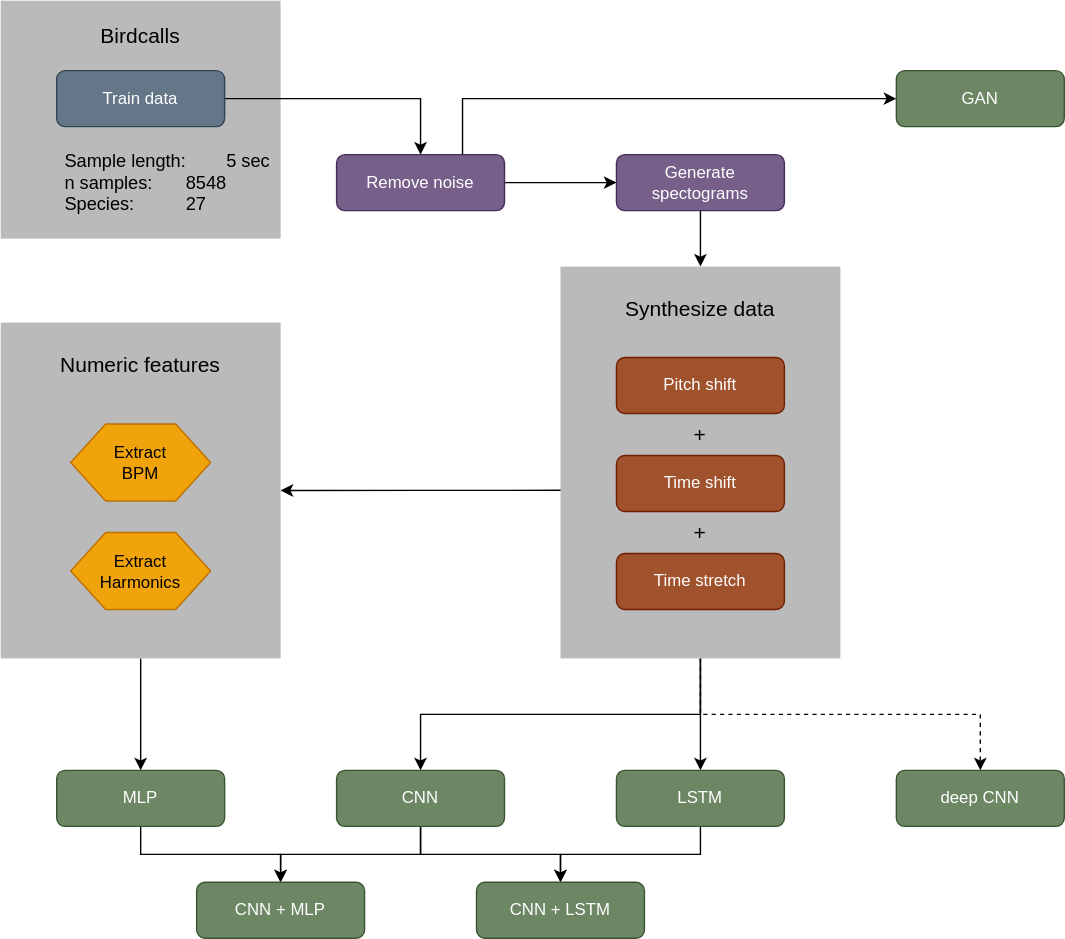
The draw.io diagram figures/Flowchart.svg in gaardhus/final_exam, before a commit. Source tidied: cells renumbered, new cells last; positions are measured from the earlier drawing's top-left corner, leaving out a move shared by most shapes.
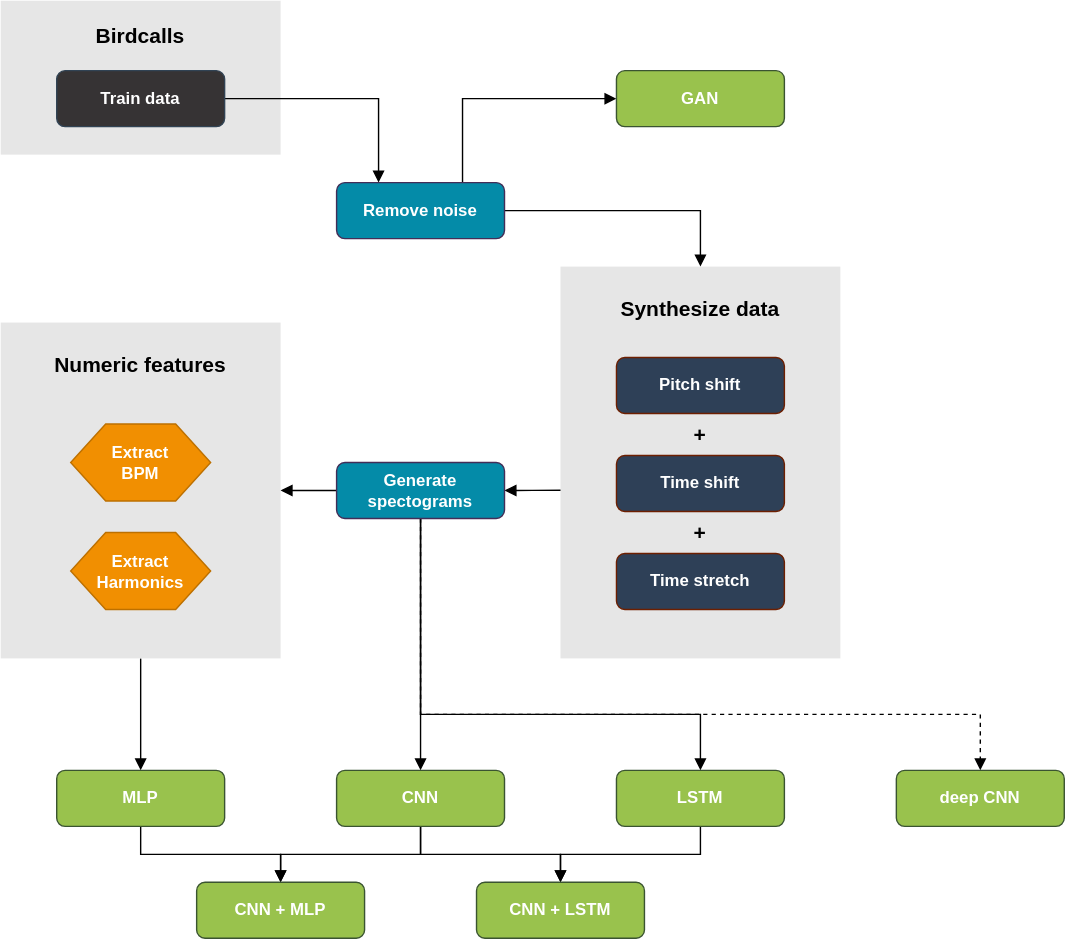
After the change.

What changed in the source:
```diff
@@ -2,109 +2,116 @@
   <root>
     <mxCell id="0" />
     <mxCell id="1" parent="0" />
-    <mxCell id="2" style="edgeStyle=orthogonalEdgeStyle;rounded=0;jettySize=auto;html=1;exitX=0.5;exitY=1;exitDx=0;exitDy=0;entryX=0.5;entryY=0;entryDx=0;entryDy=0;fontSize=13;strokeColor=#000000;" parent="1" edge="1" source="3" target="30">
+    <mxCell id="2" style="edgeStyle=orthogonalEdgeStyle;rounded=0;jettySize=auto;html=1;exitX=0.5;exitY=1;exitDx=0;exitDy=0;entryX=0.5;entryY=0;entryDx=0;entryDy=0;fontSize=13;strokeColor=#000000;endArrow=block;endFill=1;strokeWidth=1;" parent="1" edge="1" source="3" target="30">
       <mxGeometry relative="1" as="geometry" />
     </mxCell>
-    <mxCell id="3" value="Numeric features" style="text;whiteSpace=wrap;html=1;fillColor=#BABABA;align=center;fontSize=15;horizontal=1;spacingTop=15;" parent="1" vertex="1">
+    <mxCell id="3" value="&lt;b&gt;Numeric features&lt;/b&gt;" style="text;whiteSpace=wrap;html=1;align=center;fontSize=15;horizontal=1;spacingTop=15;fillColor=#E6E6E6;" parent="1" vertex="1">
       <mxGeometry y="230" width="200" height="240" as="geometry" />
     </mxCell>
-    <mxCell id="4" value="Birdcalls" style="text;whiteSpace=wrap;html=1;fillColor=#BABABA;align=center;fontSize=15;horizontal=1;spacingTop=10;" parent="1" vertex="1">
-      <mxGeometry width="200" height="170" as="geometry" />
+    <mxCell id="4" value="&lt;b&gt;Birdcalls&lt;/b&gt;" style="text;whiteSpace=wrap;html=1;align=center;fontSize=15;horizontal=1;spacingTop=10;fillColor=#E6E6E6;" parent="1" vertex="1">
+      <mxGeometry width="200" height="110" as="geometry" />
     </mxCell>
-    <mxCell id="5" style="edgeStyle=orthogonalEdgeStyle;rounded=0;jettySize=auto;html=1;fontSize=15;entryX=1;entryY=0.5;entryDx=0;entryDy=0;exitX=0.006;exitY=0.571;exitDx=0;exitDy=0;exitPerimeter=0;" parent="1" edge="1" source="9" target="3">
+    <mxCell id="5" style="edgeStyle=orthogonalEdgeStyle;rounded=0;jettySize=auto;html=1;fontSize=15;entryX=1;entryY=0.5;entryDx=0;entryDy=0;exitX=0.006;exitY=0.571;exitDx=0;exitDy=0;exitPerimeter=0;endArrow=block;endFill=1;strokeWidth=1;" parent="1" edge="1" source="9" target="20">
       <mxGeometry relative="1" as="geometry" />
     </mxCell>
-    <mxCell id="6" style="edgeStyle=orthogonalEdgeStyle;rounded=0;jettySize=auto;html=1;exitX=0.5;exitY=1;exitDx=0;exitDy=0;entryX=0.5;entryY=0;entryDx=0;entryDy=0;fontSize=13;strokeColor=#000000;" parent="1" edge="1" source="9" target="26">
+    <mxCell id="6" style="edgeStyle=orthogonalEdgeStyle;rounded=0;jettySize=auto;html=1;exitX=0.5;exitY=1;exitDx=0;exitDy=0;entryX=0.5;entryY=0;entryDx=0;entryDy=0;fontSize=13;strokeColor=#000000;endArrow=block;endFill=1;strokeWidth=1;" parent="1" edge="1" source="20" target="26">
       <mxGeometry relative="1" as="geometry" />
     </mxCell>
-    <mxCell id="7" style="edgeStyle=orthogonalEdgeStyle;rounded=0;jettySize=auto;html=1;exitX=0.5;exitY=1;exitDx=0;exitDy=0;entryX=0.5;entryY=0;entryDx=0;entryDy=0;fontSize=13;strokeColor=#000000;" parent="1" edge="1" source="9" target="28">
-      <mxGeometry relative="1" as="geometry" />
+    <mxCell id="7" style="edgeStyle=orthogonalEdgeStyle;rounded=0;jettySize=auto;html=1;exitX=0.5;exitY=1;exitDx=0;exitDy=0;entryX=0.5;entryY=0;entryDx=0;entryDy=0;fontSize=13;strokeColor=#000000;endArrow=block;endFill=1;strokeWidth=1;" parent="1" edge="1" source="20" target="28">
+      <mxGeometry relative="1" as="geometry">
+        <Array as="points">
+          <mxPoint x="300" y="510" />
+          <mxPoint x="500" y="510" />
+        </Array>
+      </mxGeometry>
     </mxCell>
-    <mxCell id="8" style="edgeStyle=orthogonalEdgeStyle;rounded=0;jettySize=auto;html=1;exitX=0.5;exitY=1;exitDx=0;exitDy=0;fontSize=13;strokeColor=#000000;dashed=1;" parent="1" edge="1" source="9" target="32">
-      <mxGeometry relative="1" as="geometry" />
+    <mxCell id="8" style="edgeStyle=orthogonalEdgeStyle;rounded=0;jettySize=auto;html=1;exitX=0.5;exitY=1;exitDx=0;exitDy=0;fontSize=13;strokeColor=#000000;dashed=1;endArrow=block;endFill=1;strokeWidth=1;" parent="1" edge="1" source="20" target="32">
+      <mxGeometry relative="1" as="geometry">
+        <Array as="points">
+          <mxPoint x="300" y="510" />
+          <mxPoint x="700" y="510" />
+        </Array>
+      </mxGeometry>
     </mxCell>
-    <mxCell id="9" value="Synthesize data" style="text;whiteSpace=wrap;html=1;fillColor=#BABABA;align=center;fontSize=15;horizontal=1;spacingTop=15;" parent="1" vertex="1">
+    <mxCell id="9" value="&lt;b&gt;Synthesize data&lt;/b&gt;" style="text;whiteSpace=wrap;html=1;align=center;fontSize=15;horizontal=1;spacingTop=15;fillColor=#E6E6E6;" parent="1" vertex="1">
       <mxGeometry x="400" y="190" width="200" height="280" as="geometry" />
     </mxCell>
-    <mxCell id="10" style="edgeStyle=orthogonalEdgeStyle;rounded=0;jettySize=auto;html=1;" parent="1" edge="1" source="11" target="18">
+    <mxCell id="10" style="edgeStyle=orthogonalEdgeStyle;rounded=0;jettySize=auto;html=1;entryX=0.25;entryY=0;entryDx=0;entryDy=0;endArrow=block;endFill=1;strokeWidth=1;" parent="1" edge="1" source="11" target="18">
       <mxGeometry relative="1" as="geometry" />
     </mxCell>
-    <mxCell id="11" value="&lt;div&gt;Train data&lt;br&gt;&lt;/div&gt;" style="rounded=1;whiteSpace=wrap;html=1;fontSize=12;glass=0;strokeWidth=1;shadow=0;fillColor=#647687;strokeColor=#314354;fontColor=#ffffff;" parent="1" vertex="1">
+    <mxCell id="11" value="&lt;div&gt;&lt;b&gt;Train data&lt;/b&gt;&lt;br&gt;&lt;/div&gt;" style="rounded=1;whiteSpace=wrap;html=1;fontSize=12;glass=0;strokeWidth=1;shadow=0;strokeColor=#314354;fontColor=#ffffff;fillColor=#363334;" parent="1" vertex="1">
       <mxGeometry x="40" y="50" width="120" height="40" as="geometry" />
     </mxCell>
-    <mxCell id="12" value="Pitch shift" style="rounded=1;whiteSpace=wrap;html=1;fontSize=12;glass=0;strokeWidth=1;shadow=0;fillColor=#a0522d;strokeColor=#6D1F00;fontColor=#ffffff;" parent="1" vertex="1">
+    <mxCell id="12" value="&lt;b&gt;Pitch shift&lt;/b&gt;" style="rounded=1;whiteSpace=wrap;html=1;fontSize=12;glass=0;strokeWidth=1;shadow=0;strokeColor=#6D1F00;fontColor=#ffffff;fillColor=#2E4057;" parent="1" vertex="1">
       <mxGeometry x="440" y="255" width="120" height="40" as="geometry" />
     </mxCell>
-    <mxCell id="13" value="Time shift" style="rounded=1;whiteSpace=wrap;html=1;fontSize=12;glass=0;strokeWidth=1;shadow=0;fillColor=#a0522d;strokeColor=#6D1F00;fontColor=#ffffff;" parent="1" vertex="1">
+    <mxCell id="13" value="&lt;b&gt;Time shift&lt;/b&gt;" style="rounded=1;whiteSpace=wrap;html=1;fontSize=12;glass=0;strokeWidth=1;shadow=0;strokeColor=#6D1F00;fontColor=#ffffff;fillColor=#2E4057;" parent="1" vertex="1">
       <mxGeometry x="440" y="325" width="120" height="40" as="geometry" />
     </mxCell>
-    <mxCell id="14" value="Time stretch" style="rounded=1;whiteSpace=wrap;html=1;fontSize=12;glass=0;strokeWidth=1;shadow=0;fillColor=#a0522d;strokeColor=#6D1F00;fontColor=#ffffff;" parent="1" vertex="1">
+    <mxCell id="14" value="&lt;b&gt;Time stretch&lt;/b&gt;" style="rounded=1;whiteSpace=wrap;html=1;fontSize=12;glass=0;strokeWidth=1;shadow=0;strokeColor=#6D1F00;fontColor=#ffffff;fillColor=#2E4057;" parent="1" vertex="1">
       <mxGeometry x="440" y="395" width="120" height="40" as="geometry" />
     </mxCell>
-    <mxCell id="15" value="&lt;div&gt;Extract &lt;br&gt;&lt;/div&gt;&lt;div&gt;BPM&lt;/div&gt;" style="shape=hexagon;whiteSpace=wrap;html=1;fontSize=12;glass=0;strokeWidth=1;shadow=0;fillColor=#f0a30a;strokeColor=#BD7000;fontColor=#000000;" parent="1" vertex="1">
+    <mxCell id="15" value="&lt;div&gt;&lt;font color=&quot;#FFFFFF&quot;&gt;&lt;b&gt;Extract &lt;br&gt;&lt;/b&gt;&lt;/font&gt;&lt;/div&gt;&lt;div&gt;&lt;font color=&quot;#FFFFFF&quot;&gt;&lt;b&gt;BPM&lt;/b&gt;&lt;/font&gt;&lt;/div&gt;" style="shape=hexagon;whiteSpace=wrap;html=1;fontSize=12;glass=0;strokeWidth=1;shadow=0;strokeColor=#BD7000;fontColor=#000000;fillColor=#F18F01;" parent="1" vertex="1">
       <mxGeometry x="50" y="302.5" width="100" height="55" as="geometry" />
     </mxCell>
-    <mxCell id="16" style="edgeStyle=orthogonalEdgeStyle;rounded=0;jettySize=auto;html=1;" parent="1" edge="1" source="18" target="20">
-      <mxGeometry relative="1" as="geometry" />
-    </mxCell>
-    <mxCell id="17" style="edgeStyle=orthogonalEdgeStyle;rounded=0;jettySize=auto;html=1;exitX=0.75;exitY=0;exitDx=0;exitDy=0;entryX=0;entryY=0.5;entryDx=0;entryDy=0;fontSize=13;strokeColor=#000000;" parent="1" edge="1" source="18" target="31">
+    <mxCell id="17" style="edgeStyle=orthogonalEdgeStyle;rounded=0;jettySize=auto;html=1;exitX=0.75;exitY=0;exitDx=0;exitDy=0;entryX=0;entryY=0.5;entryDx=0;entryDy=0;fontSize=13;strokeColor=#000000;endArrow=block;endFill=1;strokeWidth=1;" parent="1" edge="1" source="18" target="31">
       <mxGeometry relative="1" as="geometry" />
     </mxCell>
+    <mxCell id="36" style="edgeStyle=orthogonalEdgeStyle;rounded=0;jettySize=auto;html=1;exitX=1;exitY=0.5;exitDx=0;exitDy=0;entryX=0.5;entryY=0;entryDx=0;entryDy=0;endArrow=block;endFill=1;strokeWidth=1;" parent="1" edge="1" source="18" target="9">
+      <mxGeometry relative="1" as="geometry" />
+    </mxCell>
-    <mxCell id="18" value="&lt;div&gt;Remove noise&lt;/div&gt;" style="rounded=1;whiteSpace=wrap;html=1;fontSize=12;glass=0;strokeWidth=1;shadow=0;fillColor=#76608a;strokeColor=#432D57;fontColor=#ffffff;" parent="1" vertex="1">
-      <mxGeometry x="240" y="110" width="120" height="40" as="geometry" />
+    <mxCell id="18" value="&lt;div&gt;&lt;b&gt;Remove noise&lt;/b&gt;&lt;/div&gt;" style="rounded=1;whiteSpace=wrap;html=1;fontSize=12;glass=0;strokeWidth=1;shadow=0;strokeColor=#432D57;fontColor=#ffffff;fillColor=#048BA8;" parent="1" vertex="1">
+      <mxGeometry x="240" y="130" width="120" height="40" as="geometry" />
     </mxCell>
-    <mxCell id="19" style="edgeStyle=orthogonalEdgeStyle;rounded=0;jettySize=auto;html=1;fontSize=15;entryX=0.5;entryY=0;entryDx=0;entryDy=0;" parent="1" edge="1" source="20" target="9">
-      <mxGeometry relative="1" as="geometry" />
-    </mxCell>
-    <mxCell id="20" value="Generate spectograms" style="rounded=1;whiteSpace=wrap;html=1;fontSize=12;glass=0;strokeWidth=1;shadow=0;fillColor=#76608a;strokeColor=#432D57;fontColor=#ffffff;" parent="1" vertex="1">
-      <mxGeometry x="440" y="110" width="120" height="40" as="geometry" />
-    </mxCell>
-    <mxCell id="21" value="+" style="text;html=1;strokeColor=none;fillColor=none;align=center;verticalAlign=middle;whiteSpace=wrap;rounded=0;fontSize=15;" parent="1" vertex="1">
+    <mxCell id="21" value="&lt;b&gt;+&lt;/b&gt;" style="text;html=1;strokeColor=none;fillColor=none;align=center;verticalAlign=middle;whiteSpace=wrap;rounded=0;fontSize=15;" parent="1" vertex="1">
       <mxGeometry x="480" y="295" width="40" height="30" as="geometry" />
     </mxCell>
-    <mxCell id="22" value="+" style="text;html=1;strokeColor=none;fillColor=none;align=center;verticalAlign=middle;whiteSpace=wrap;rounded=0;fontSize=15;" parent="1" vertex="1">
+    <mxCell id="22" value="&lt;b&gt;+&lt;/b&gt;" style="text;html=1;strokeColor=none;fillColor=none;align=center;verticalAlign=middle;whiteSpace=wrap;rounded=0;fontSize=15;" parent="1" vertex="1">
       <mxGeometry x="480" y="365" width="40" height="30" as="geometry" />
     </mxCell>
-    <mxCell id="23" value="&lt;div style=&quot;font-size: 13px&quot;&gt;&lt;font style=&quot;font-size: 13px&quot;&gt;Sample length:&lt;span style=&quot;font-size: 13px&quot;&gt; &lt;span style=&quot;white-space: pre&quot;&gt;&#9;&lt;/span&gt;&lt;/span&gt;5 sec&lt;/font&gt;&lt;/div&gt;&lt;div style=&quot;font-size: 13px&quot;&gt;&lt;font style=&quot;font-size: 13px&quot;&gt;n samples: &lt;span style=&quot;white-space: pre&quot;&gt;&#9;&lt;/span&gt;&lt;span style=&quot;white-space: pre&quot;&gt;&lt;/span&gt;8548&lt;/font&gt;&lt;/div&gt;&lt;div style=&quot;font-size: 13px&quot;&gt;&lt;font style=&quot;font-size: 13px&quot;&gt;Species:&lt;span style=&quot;white-space: pre&quot;&gt;&#9;&lt;/span&gt;&lt;span style=&quot;white-space: pre&quot;&gt;&#9;&lt;/span&gt;27&lt;br style=&quot;font-size: 13px&quot;&gt;&lt;/font&gt;&lt;/div&gt;" style="text;html=1;strokeColor=none;fillColor=none;align=left;verticalAlign=top;whiteSpace=wrap;rounded=0;fontSize=13;spacingLeft=4;" parent="1" vertex="1">
-      <mxGeometry x="40" y="100" width="160" height="70" as="geometry" />
-    </mxCell>
-    <mxCell id="24" style="edgeStyle=orthogonalEdgeStyle;rounded=0;jettySize=auto;html=1;exitX=0.5;exitY=1;exitDx=0;exitDy=0;entryX=0.5;entryY=0;entryDx=0;entryDy=0;fontSize=13;strokeColor=#000000;" parent="1" edge="1" source="26" target="34">
+    <mxCell id="24" style="edgeStyle=orthogonalEdgeStyle;rounded=0;jettySize=auto;html=1;exitX=0.5;exitY=1;exitDx=0;exitDy=0;entryX=0.5;entryY=0;entryDx=0;entryDy=0;fontSize=13;strokeColor=#000000;endArrow=block;endFill=1;strokeWidth=1;" parent="1" edge="1" source="26" target="34">
       <mxGeometry relative="1" as="geometry" />
     </mxCell>
-    <mxCell id="25" style="edgeStyle=orthogonalEdgeStyle;rounded=0;jettySize=auto;html=1;exitX=0.5;exitY=1;exitDx=0;exitDy=0;entryX=0.5;entryY=0;entryDx=0;entryDy=0;fontSize=13;strokeColor=#000000;" parent="1" edge="1" source="26" target="35">
+    <mxCell id="25" style="edgeStyle=orthogonalEdgeStyle;rounded=0;jettySize=auto;html=1;exitX=0.5;exitY=1;exitDx=0;exitDy=0;entryX=0.5;entryY=0;entryDx=0;entryDy=0;fontSize=13;strokeColor=#000000;endArrow=block;endFill=1;strokeWidth=1;" parent="1" edge="1" source="26" target="35">
       <mxGeometry relative="1" as="geometry" />
     </mxCell>
-    <mxCell id="26" value="CNN" style="rounded=1;whiteSpace=wrap;html=1;fontSize=12;glass=0;strokeWidth=1;shadow=0;fillColor=#6d8764;strokeColor=#3A5431;fontColor=#ffffff;" parent="1" vertex="1">
+    <mxCell id="26" value="&lt;b&gt;CNN&lt;/b&gt;" style="rounded=1;whiteSpace=wrap;html=1;fontSize=12;glass=0;strokeWidth=1;shadow=0;strokeColor=#3A5431;fontColor=#ffffff;fillColor=#99C24D;" parent="1" vertex="1">
       <mxGeometry x="240" y="550" width="120" height="40" as="geometry" />
     </mxCell>
-    <mxCell id="27" style="edgeStyle=orthogonalEdgeStyle;rounded=0;jettySize=auto;html=1;exitX=0.5;exitY=1;exitDx=0;exitDy=0;entryX=0.5;entryY=0;entryDx=0;entryDy=0;fontSize=13;strokeColor=#000000;" parent="1" edge="1" source="28" target="35">
+    <mxCell id="27" style="edgeStyle=orthogonalEdgeStyle;rounded=0;jettySize=auto;html=1;exitX=0.5;exitY=1;exitDx=0;exitDy=0;entryX=0.5;entryY=0;entryDx=0;entryDy=0;fontSize=13;strokeColor=#000000;endArrow=block;endFill=1;strokeWidth=1;" parent="1" edge="1" source="28" target="35">
       <mxGeometry relative="1" as="geometry" />
     </mxCell>
-    <mxCell id="28" value="&lt;div&gt;LSTM&lt;/div&gt;" style="rounded=1;whiteSpace=wrap;html=1;fontSize=12;glass=0;strokeWidth=1;shadow=0;fillColor=#6d8764;strokeColor=#3A5431;fontColor=#ffffff;" parent="1" vertex="1">
+    <mxCell id="28" value="&lt;div&gt;&lt;b&gt;LSTM&lt;/b&gt;&lt;/div&gt;" style="rounded=1;whiteSpace=wrap;html=1;fontSize=12;glass=0;strokeWidth=1;shadow=0;strokeColor=#3A5431;fontColor=#ffffff;fillColor=#99C24D;" parent="1" vertex="1">
       <mxGeometry x="440" y="550" width="120" height="40" as="geometry" />
     </mxCell>
-    <mxCell id="29" style="edgeStyle=orthogonalEdgeStyle;rounded=0;jettySize=auto;html=1;exitX=0.5;exitY=1;exitDx=0;exitDy=0;fontSize=13;strokeColor=#000000;" parent="1" edge="1" source="30">
+    <mxCell id="29" style="edgeStyle=orthogonalEdgeStyle;rounded=0;jettySize=auto;html=1;exitX=0.5;exitY=1;exitDx=0;exitDy=0;fontSize=13;strokeColor=#000000;endArrow=block;endFill=1;strokeWidth=1;" parent="1" edge="1" source="30">
       <mxGeometry relative="1" as="geometry">
         <mxPoint x="200" y="630" as="targetPoint" />
       </mxGeometry>
     </mxCell>
-    <mxCell id="30" value="MLP" style="rounded=1;whiteSpace=wrap;html=1;fontSize=12;glass=0;strokeWidth=1;shadow=0;fillColor=#6d8764;strokeColor=#3A5431;fontColor=#ffffff;" parent="1" vertex="1">
+    <mxCell id="30" value="&lt;b&gt;MLP&lt;/b&gt;" style="rounded=1;whiteSpace=wrap;html=1;fontSize=12;glass=0;strokeWidth=1;shadow=0;strokeColor=#3A5431;fontColor=#ffffff;fillColor=#99C24D;" parent="1" vertex="1">
       <mxGeometry x="40" y="550" width="120" height="40" as="geometry" />
     </mxCell>
-    <mxCell id="31" value="&lt;div&gt;GAN&lt;/div&gt;" style="rounded=1;whiteSpace=wrap;html=1;fontSize=12;glass=0;strokeWidth=1;shadow=0;fillColor=#6d8764;strokeColor=#3A5431;fontColor=#ffffff;" parent="1" vertex="1">
-      <mxGeometry x="640" y="50" width="120" height="40" as="geometry" />
+    <mxCell id="31" value="&lt;div&gt;&lt;b&gt;GAN&lt;/b&gt;&lt;/div&gt;" style="rounded=1;whiteSpace=wrap;html=1;fontSize=12;glass=0;strokeWidth=1;shadow=0;strokeColor=#3A5431;fontColor=#ffffff;fillColor=#99C24D;" parent="1" vertex="1">
+      <mxGeometry x="440" y="50" width="120" height="40" as="geometry" />
     </mxCell>
-    <mxCell id="32" value="deep CNN" style="rounded=1;whiteSpace=wrap;html=1;fontSize=12;glass=0;strokeWidth=1;shadow=0;fillColor=#6d8764;strokeColor=#3A5431;fontColor=#ffffff;" parent="1" vertex="1">
+    <mxCell id="32" value="&lt;b&gt;deep CNN&lt;/b&gt;" style="rounded=1;whiteSpace=wrap;html=1;fontSize=12;glass=0;strokeWidth=1;shadow=0;strokeColor=#3A5431;fontColor=#ffffff;fillColor=#99C24D;" parent="1" vertex="1">
       <mxGeometry x="640" y="550" width="120" height="40" as="geometry" />
     </mxCell>
-    <mxCell id="33" value="&lt;div&gt;Extract &lt;br&gt;&lt;/div&gt;&lt;div&gt;Harmonics&lt;br&gt;&lt;/div&gt;" style="shape=hexagon;whiteSpace=wrap;html=1;fontSize=12;glass=0;strokeWidth=1;shadow=0;fillColor=#f0a30a;strokeColor=#BD7000;fontColor=#000000;" parent="1" vertex="1">
+    <mxCell id="33" value="&lt;div&gt;&lt;font color=&quot;#FFFFFF&quot;&gt;&lt;b&gt;Extract &lt;br&gt;&lt;/b&gt;&lt;/font&gt;&lt;/div&gt;&lt;div&gt;&lt;font color=&quot;#FFFFFF&quot;&gt;&lt;b&gt;Harmonics&lt;br&gt;&lt;/b&gt;&lt;/font&gt;&lt;/div&gt;" style="shape=hexagon;whiteSpace=wrap;html=1;fontSize=12;glass=0;strokeWidth=1;shadow=0;strokeColor=#BD7000;fontColor=#000000;fillColor=#F18F01;" parent="1" vertex="1">
       <mxGeometry x="50" y="380" width="100" height="55" as="geometry" />
     </mxCell>
-    <mxCell id="34" value="CNN + MLP" style="rounded=1;whiteSpace=wrap;html=1;fontSize=12;glass=0;strokeWidth=1;shadow=0;fillColor=#6d8764;strokeColor=#3A5431;fontColor=#ffffff;" parent="1" vertex="1">
+    <mxCell id="34" value="&lt;b&gt;CNN + MLP&lt;/b&gt;" style="rounded=1;whiteSpace=wrap;html=1;fontSize=12;glass=0;strokeWidth=1;shadow=0;strokeColor=#3A5431;fontColor=#ffffff;fillColor=#99C24D;" parent="1" vertex="1">
       <mxGeometry x="140" y="630" width="120" height="40" as="geometry" />
     </mxCell>
-    <mxCell id="35" value="CNN + LSTM" style="rounded=1;whiteSpace=wrap;html=1;fontSize=12;glass=0;strokeWidth=1;shadow=0;fillColor=#6d8764;strokeColor=#3A5431;fontColor=#ffffff;" parent="1" vertex="1">
+    <mxCell id="35" value="&lt;b&gt;CNN + LSTM&lt;/b&gt;" style="rounded=1;whiteSpace=wrap;html=1;fontSize=12;glass=0;strokeWidth=1;shadow=0;strokeColor=#3A5431;fontColor=#ffffff;fillColor=#99C24D;" parent="1" vertex="1">
       <mxGeometry x="340" y="630" width="120" height="40" as="geometry" />
     </mxCell>
+    <mxCell id="37" style="edgeStyle=orthogonalEdgeStyle;rounded=0;jettySize=auto;html=1;exitX=0;exitY=0.5;exitDx=0;exitDy=0;entryX=1;entryY=0.5;entryDx=0;entryDy=0;endArrow=block;endFill=1;strokeWidth=1;" parent="1" edge="1" source="20" target="3">
+      <mxGeometry relative="1" as="geometry" />
+    </mxCell>
+    <mxCell id="20" value="&lt;b&gt;Generate spectograms&lt;/b&gt;" style="rounded=1;whiteSpace=wrap;html=1;fontSize=12;glass=0;strokeWidth=1;shadow=0;strokeColor=#432D57;fontColor=#ffffff;fillColor=#048BA8;" parent="1" vertex="1">
+      <mxGeometry x="240" y="330" width="120" height="40" as="geometry" />
+    </mxCell>
   </root>
 </mxGraphModel>
```
